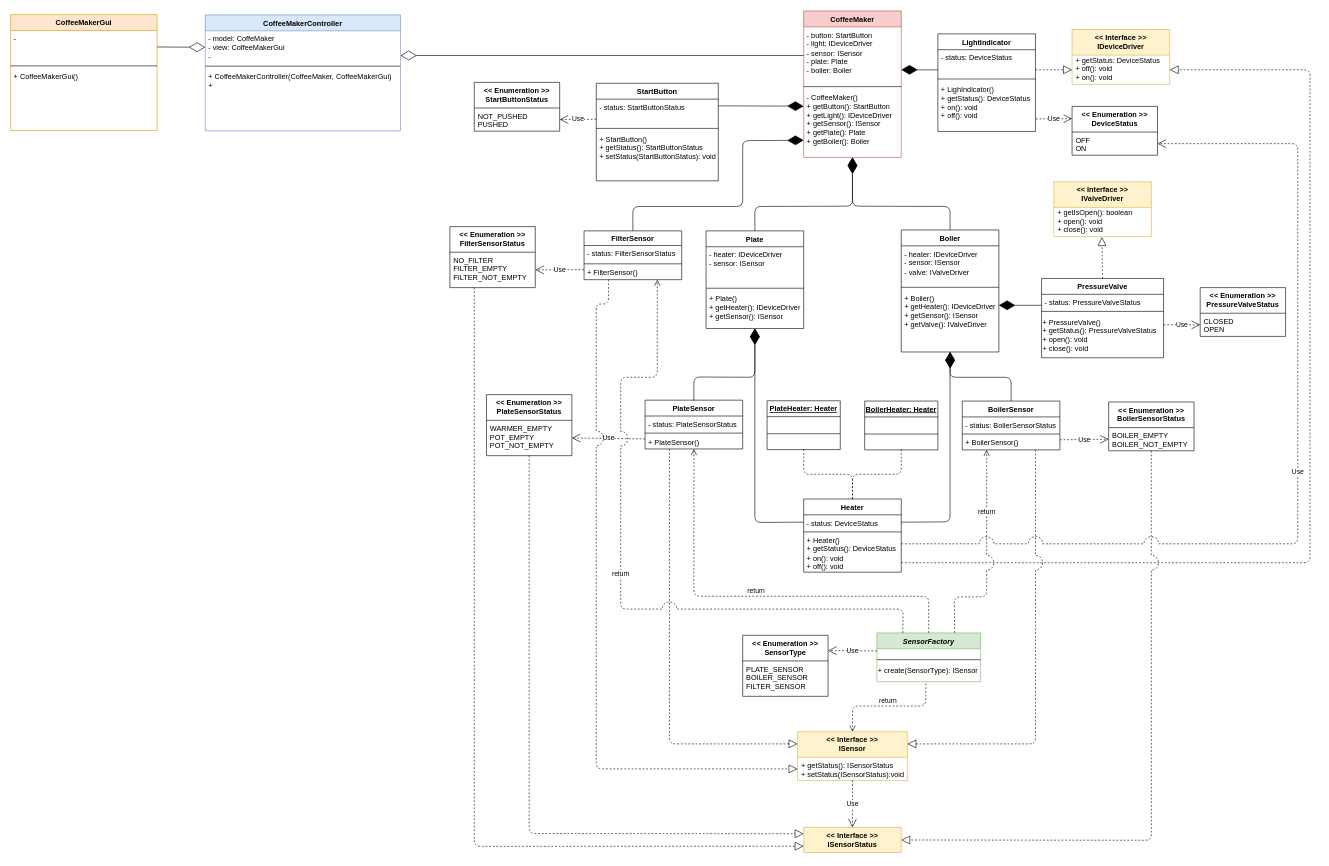
This is resources/CoffeeMakerUML.drawio from JosueRodriguezGarcia/CoffeeMaker-Group2, a draw.io file, before an edit. Source tidied: cells renumbered, new cells numbered last; positions are measured from the earlier drawing's top-left corner, leaving out a move shared by most shapes. Both pictures are drawn from the tidied source at 61%, with x=0, y=0 at pixel (10, 11).
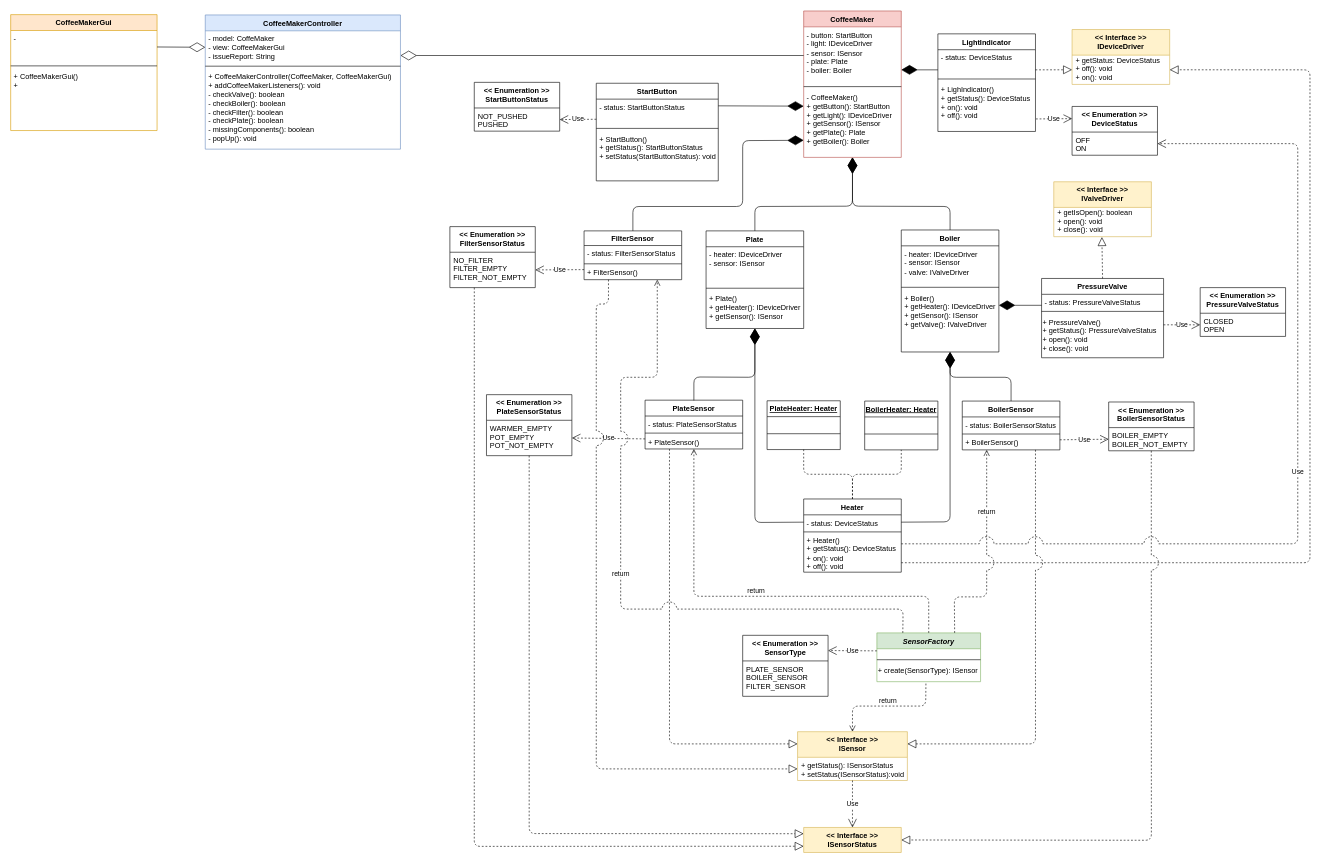
The same diagram, later.

Commit message (it also covers changes not shown here):
UML: Controller updated.

The change refers to these unchanged cells:
```xml
<mxCell id="58" value="CoffeeMakerGui" style="swimlane;fontStyle=1;align=center;verticalAlign=top;horizontal=1;startSize=26;fillColor=#ffe6cc;strokeColor=#d79b00;" parent="1" vertex="1">
  <mxGeometry y="5.5" width="240" height="190" as="geometry" />
</mxCell>
```

Diff of the diagram source:
```diff
@@
     <mxCell id="54" value="CoffeeMakerController&#10;" style="swimlane;fontStyle=1;align=center;verticalAlign=top;horizontal=1;startSize=26;fillColor=#dae8fc;strokeColor=#6c8ebf;" parent="1" vertex="1">
-      <mxGeometry x="319" y="6" width="320" height="190" as="geometry" />
+      <mxGeometry x="319" y="6" width="320" height="220" as="geometry" />
     </mxCell>
-    <mxCell id="55" value="&lt;div&gt;&lt;span&gt;&amp;nbsp;- model: CoffeMaker&lt;/span&gt;&lt;br&gt;&lt;/div&gt;&lt;div&gt;&lt;span&gt;&amp;nbsp;- view: CoffeeMakerGui&lt;/span&gt;&lt;/div&gt;&lt;div&gt;&lt;span&gt;&amp;nbsp;-&amp;nbsp;&lt;/span&gt;&lt;/div&gt;" style="text;html=1;strokeColor=none;fillColor=none;align=left;verticalAlign=top;whiteSpace=wrap;rounded=0;" parent="54" vertex="1">
+    <mxCell id="55" value="&lt;div&gt;&lt;span&gt;&amp;nbsp;- model: CoffeMaker&lt;/span&gt;&lt;br&gt;&lt;/div&gt;&lt;div&gt;&lt;span&gt;&amp;nbsp;- view: CoffeeMakerGui&lt;/span&gt;&lt;/div&gt;&lt;div&gt;&lt;span&gt;&amp;nbsp;- issueReport: String&lt;/span&gt;&lt;/div&gt;" style="text;html=1;strokeColor=none;fillColor=none;align=left;verticalAlign=top;whiteSpace=wrap;rounded=0;" parent="54" vertex="1">
       <mxGeometry y="26" width="320" height="54" as="geometry" />
     </mxCell>
@@
-    <mxCell id="57" value="&amp;nbsp;+ CoffeeMakerController(CoffeeMaker, CoffeeMakerGui)&lt;br&gt;&lt;div&gt;&amp;nbsp;+&amp;nbsp;&lt;/div&gt;" style="text;html=1;strokeColor=none;fillColor=none;align=left;verticalAlign=top;whiteSpace=wrap;rounded=0;" parent="54" vertex="1">
-      <mxGeometry y="88" width="320" height="102" as="geometry" />
+    <mxCell id="57" value="&amp;nbsp;+ CoffeeMakerController(CoffeeMaker, CoffeeMakerGui)&lt;br&gt;&lt;div&gt;&amp;nbsp;+ addCoffeeMakerListeners(): void&lt;/div&gt;&lt;div&gt;&amp;nbsp;- checkValve(): boolean&lt;/div&gt;&lt;div&gt;&amp;nbsp;- checkBoiler(): boolean&lt;br&gt;&lt;/div&gt;&lt;div&gt;&amp;nbsp;- checkFilter(): boolean&lt;br&gt;&lt;/div&gt;&lt;div&gt;&amp;nbsp;- checkPlate(): boolean&lt;br&gt;&lt;/div&gt;&lt;div&gt;&amp;nbsp;- missingComponents(): boolean&lt;/div&gt;&lt;div&gt;&amp;nbsp;- popUp(): void&lt;/div&gt;" style="text;html=1;strokeColor=none;fillColor=none;align=left;verticalAlign=top;whiteSpace=wrap;rounded=0;" parent="54" vertex="1">
+      <mxGeometry y="88" width="320" height="132" as="geometry" />
     </mxCell>
@@
-    <mxCell id="61" value="&amp;nbsp;+ CoffeeMakerGui()" style="text;html=1;strokeColor=none;fillColor=none;align=left;verticalAlign=top;whiteSpace=wrap;rounded=0;" parent="58" vertex="1">
+    <mxCell id="61" value="&amp;nbsp;+ CoffeeMakerGui()&lt;br&gt;&amp;nbsp;+&amp;nbsp;&lt;br&gt;" style="text;html=1;strokeColor=none;fillColor=none;align=left;verticalAlign=top;whiteSpace=wrap;rounded=0;" parent="58" vertex="1">
       <mxGeometry y="88" width="240" height="102" as="geometry" />
     </mxCell>
```
